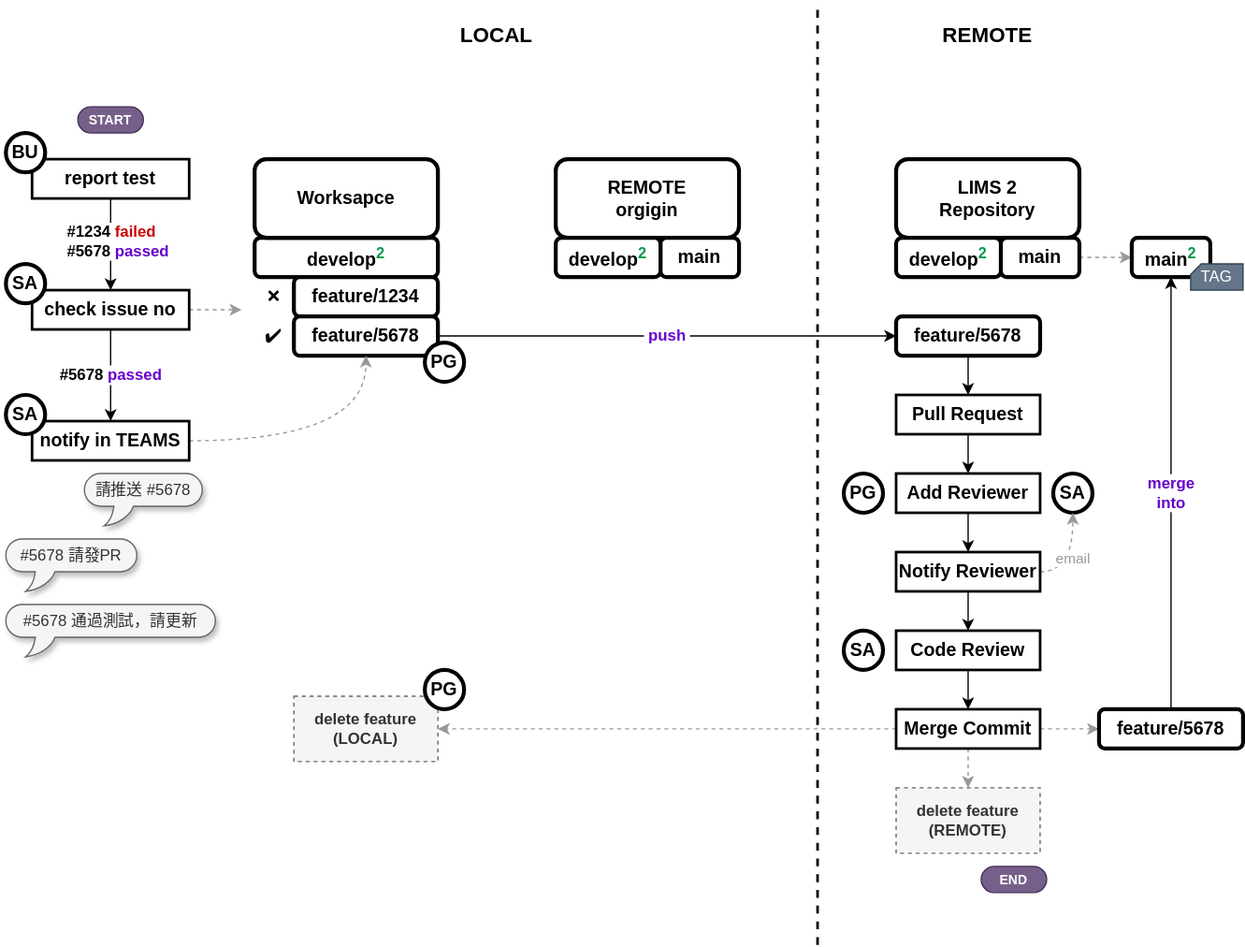
Earlier version of the draw.io export asset/lims-weekly-update-oad.svg (dpi627/SGS.OAD.GitTraining). Source tidied: cells renumbered, new cells last; positions are measured from the earlier drawing's top-left corner, leaving out a move shared by most shapes.
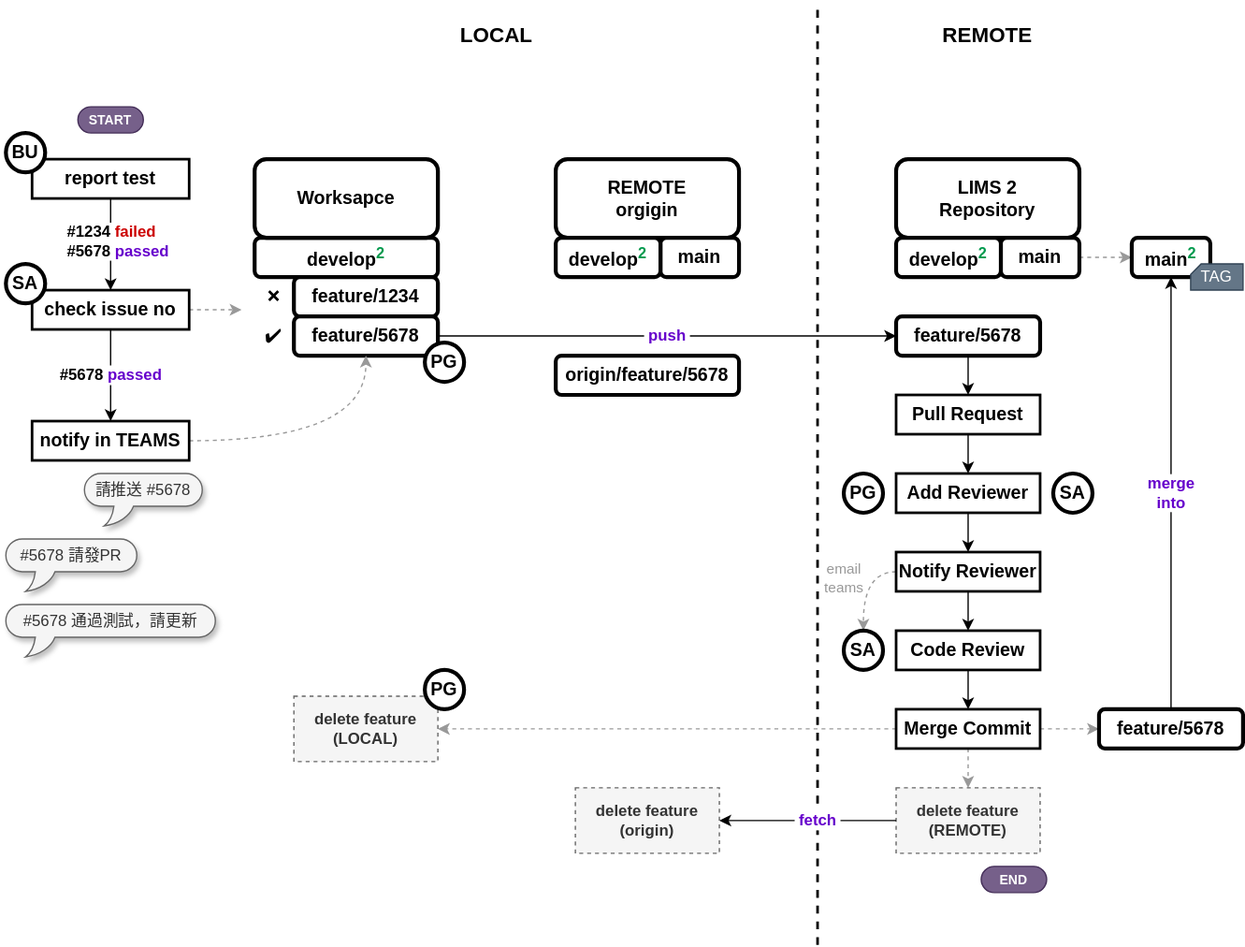
After the change.

Diff of the diagram source:
```diff
@@ -11,7 +11,7 @@
     <mxCell id="3" value="LIMS 2&lt;div style=&quot;font-size: 14px;&quot;&gt;&lt;span style=&quot;background-color: initial; font-size: 14px;&quot;&gt;Repository&lt;/span&gt;&lt;/div&gt;" style="rounded=1;whiteSpace=wrap;html=1;strokeWidth=3;fontSize=14;fontStyle=1;" parent="1" vertex="1">
       <mxGeometry x="680" y="120" width="140" height="60" as="geometry" />
     </mxCell>
-    <mxCell id="4" style="edgeStyle=orthogonalEdgeStyle;rounded=0;jettySize=auto;html=1;exitX=1;exitY=0.5;exitDx=0;exitDy=0;entryX=0;entryY=0.5;entryDx=0;entryDy=0;dashed=1;strokeColor=#999999;" parent="1" edge="1" source="5" target="49">
+    <mxCell id="4" style="edgeStyle=orthogonalEdgeStyle;rounded=0;jettySize=auto;html=1;exitX=1;exitY=0.5;exitDx=0;exitDy=0;entryX=0;entryY=0.5;entryDx=0;entryDy=0;dashed=1;strokeColor=#999999;" parent="1" edge="1" source="5" target="48">
       <mxGeometry relative="1" as="geometry" />
     </mxCell>
     <mxCell id="5" value="main" style="rounded=1;whiteSpace=wrap;html=1;strokeWidth=3;fontSize=14;fontStyle=1;" parent="1" vertex="1">
@@ -67,7 +67,7 @@
     <mxCell id="20" value="❌" style="text;html=1;align=center;verticalAlign=middle;whiteSpace=wrap;rounded=0;" parent="1" vertex="1">
       <mxGeometry x="190" y="210" width="30" height="30" as="geometry" />
     </mxCell>
-    <mxCell id="21" value="&amp;nbsp;push&amp;nbsp;" style="edgeStyle=orthogonalEdgeStyle;rounded=0;jettySize=auto;html=1;exitX=1;exitY=0.5;exitDx=0;exitDy=0;entryX=0;entryY=0.5;entryDx=0;entryDy=0;strokeColor=default;align=center;verticalAlign=middle;fontFamily=Helvetica;fontSize=12;fontColor=#6600CC;fontStyle=1;labelBackgroundColor=default;endArrow=classic;" parent="1" edge="1" source="18" target="36">
+    <mxCell id="21" value="&amp;nbsp;push&amp;nbsp;" style="edgeStyle=orthogonalEdgeStyle;rounded=0;jettySize=auto;html=1;exitX=1;exitY=0.5;exitDx=0;exitDy=0;entryX=0;entryY=0.5;entryDx=0;entryDy=0;strokeColor=default;align=center;verticalAlign=middle;fontFamily=Helvetica;fontSize=12;fontColor=#6600CC;fontStyle=1;labelBackgroundColor=default;endArrow=classic;" parent="1" edge="1" source="18" target="35">
       <mxGeometry relative="1" as="geometry" />
     </mxCell>
     <mxCell id="22" style="edgeStyle=orthogonalEdgeStyle;rounded=0;jettySize=auto;html=1;exitX=1;exitY=0.5;exitDx=0;exitDy=0;curved=1;dashed=1;strokeColor=#999999;align=center;verticalAlign=middle;fontFamily=Helvetica;fontSize=11;fontColor=default;labelBackgroundColor=default;endArrow=classic;" parent="1" edge="1" source="23" target="18">
@@ -99,92 +99,98 @@
     <mxCell id="30" value="SA" style="ellipse;whiteSpace=wrap;html=1;fontStyle=1;strokeWidth=3;fontSize=14;" parent="1" vertex="1">
       <mxGeometry y="200" width="30" height="30" as="geometry" />
     </mxCell>
-    <mxCell id="31" value="SA" style="ellipse;whiteSpace=wrap;html=1;fontStyle=1;strokeWidth=3;fontSize=14;" parent="1" vertex="1">
-      <mxGeometry y="300" width="30" height="30" as="geometry" />
+    <mxCell id="31" value="#5678 請發PR" style="whiteSpace=wrap;html=1;shape=mxgraph.basic.roundRectCallout;dx=30;dy=15;size=22;boundedLbl=1;shadow=1;fillColor=#f5f5f5;fontColor=#333333;strokeColor=#666666;" parent="1" vertex="1">
+      <mxGeometry y="410" width="100" height="40" as="geometry" />
     </mxCell>
-    <mxCell id="32" value="#5678 請發PR" style="whiteSpace=wrap;html=1;shape=mxgraph.basic.roundRectCallout;dx=30;dy=15;size=22;boundedLbl=1;shadow=1;fillColor=#f5f5f5;fontColor=#333333;strokeColor=#666666;" parent="1" vertex="1">
-      <mxGeometry y="410" width="100" height="40" as="geometry" />
+    <mxCell id="32" value="#5678 通過測試，請更新" style="whiteSpace=wrap;html=1;shape=mxgraph.basic.roundRectCallout;dx=30;dy=15;size=22;boundedLbl=1;shadow=1;fillColor=#f5f5f5;fontColor=#333333;strokeColor=#666666;" parent="1" vertex="1">
+      <mxGeometry y="460" width="160" height="40" as="geometry" />
     </mxCell>
-    <mxCell id="33" value="#5678 通過測試，請更新" style="whiteSpace=wrap;html=1;shape=mxgraph.basic.roundRectCallout;dx=30;dy=15;size=22;boundedLbl=1;shadow=1;fillColor=#f5f5f5;fontColor=#333333;strokeColor=#666666;" parent="1" vertex="1">
-      <mxGeometry y="460" width="160" height="40" as="geometry" />
+    <mxCell id="33" value="PG" style="ellipse;whiteSpace=wrap;html=1;fontStyle=1;strokeWidth=3;fontSize=14;" parent="1" vertex="1">
+      <mxGeometry x="320" y="260" width="30" height="30" as="geometry" />
     </mxCell>
-    <mxCell id="34" value="PG" style="ellipse;whiteSpace=wrap;html=1;fontStyle=1;strokeWidth=3;fontSize=14;" parent="1" vertex="1">
-      <mxGeometry x="320" y="260" width="30" height="30" as="geometry" />
+    <mxCell id="34" style="edgeStyle=orthogonalEdgeStyle;rounded=0;jettySize=auto;html=1;exitX=0.5;exitY=1;exitDx=0;exitDy=0;entryX=0.5;entryY=0;entryDx=0;entryDy=0;" parent="1" edge="1" source="35" target="37">
+      <mxGeometry relative="1" as="geometry" />
     </mxCell>
-    <mxCell id="35" style="edgeStyle=orthogonalEdgeStyle;rounded=0;jettySize=auto;html=1;exitX=0.5;exitY=1;exitDx=0;exitDy=0;entryX=0.5;entryY=0;entryDx=0;entryDy=0;" parent="1" edge="1" source="36" target="38">
-      <mxGeometry relative="1" as="geometry" />
+    <mxCell id="35" value="feature/5678" style="rounded=1;whiteSpace=wrap;html=1;strokeWidth=3;fontSize=14;fontStyle=1;" parent="1" vertex="1">
+      <mxGeometry x="680" y="240" width="110" height="30" as="geometry" />
     </mxCell>
-    <mxCell id="36" value="feature/5678" style="rounded=1;whiteSpace=wrap;html=1;strokeWidth=3;fontSize=14;fontStyle=1;" parent="1" vertex="1">
-      <mxGeometry x="680" y="240" width="110" height="30" as="geometry" />
+    <mxCell id="36" style="edgeStyle=orthogonalEdgeStyle;rounded=0;jettySize=auto;html=1;exitX=0.5;exitY=1;exitDx=0;exitDy=0;entryX=0.5;entryY=0;entryDx=0;entryDy=0;" parent="1" edge="1" source="37" target="39">
+      <mxGeometry relative="1" as="geometry" />
     </mxCell>
-    <mxCell id="37" style="edgeStyle=orthogonalEdgeStyle;rounded=0;jettySize=auto;html=1;exitX=0.5;exitY=1;exitDx=0;exitDy=0;entryX=0.5;entryY=0;entryDx=0;entryDy=0;" parent="1" edge="1" source="38" target="40">
-      <mxGeometry relative="1" as="geometry" />
+    <mxCell id="37" value="&lt;div&gt;Pull Request&lt;/div&gt;" style="rounded=0;whiteSpace=wrap;html=1;strokeWidth=2;fontSize=14;fontStyle=1;" parent="1" vertex="1">
+      <mxGeometry x="680" y="300" width="110" height="30" as="geometry" />
     </mxCell>
-    <mxCell id="38" value="&lt;div&gt;Pull Request&lt;/div&gt;" style="rounded=0;whiteSpace=wrap;html=1;strokeWidth=2;fontSize=14;fontStyle=1;" parent="1" vertex="1">
-      <mxGeometry x="680" y="300" width="110" height="30" as="geometry" />
+    <mxCell id="38" style="edgeStyle=orthogonalEdgeStyle;rounded=0;jettySize=auto;html=1;exitX=0.5;exitY=1;exitDx=0;exitDy=0;entryX=0.5;entryY=0;entryDx=0;entryDy=0;" parent="1" edge="1" source="39" target="53">
+      <mxGeometry relative="1" as="geometry" />
     </mxCell>
-    <mxCell id="39" style="edgeStyle=orthogonalEdgeStyle;rounded=0;jettySize=auto;html=1;exitX=0.5;exitY=1;exitDx=0;exitDy=0;entryX=0.5;entryY=0;entryDx=0;entryDy=0;" parent="1" edge="1" source="40" target="54">
-      <mxGeometry relative="1" as="geometry" />
+    <mxCell id="39" value="Add Reviewer" style="rounded=0;whiteSpace=wrap;html=1;strokeWidth=2;fontSize=14;fontStyle=1;" parent="1" vertex="1">
+      <mxGeometry x="680" y="360" width="110" height="30" as="geometry" />
     </mxCell>
-    <mxCell id="40" value="Add Reviewer" style="rounded=0;whiteSpace=wrap;html=1;strokeWidth=2;fontSize=14;fontStyle=1;" parent="1" vertex="1">
-      <mxGeometry x="680" y="360" width="110" height="30" as="geometry" />
+    <mxCell id="40" style="edgeStyle=orthogonalEdgeStyle;rounded=0;jettySize=auto;html=1;exitX=0.5;exitY=1;exitDx=0;exitDy=0;entryX=0.5;entryY=0;entryDx=0;entryDy=0;" parent="1" edge="1" source="41" target="45">
+      <mxGeometry relative="1" as="geometry" />
     </mxCell>
-    <mxCell id="41" style="edgeStyle=orthogonalEdgeStyle;rounded=0;jettySize=auto;html=1;exitX=0.5;exitY=1;exitDx=0;exitDy=0;entryX=0.5;entryY=0;entryDx=0;entryDy=0;" parent="1" edge="1" source="42" target="46">
-      <mxGeometry relative="1" as="geometry" />
+    <mxCell id="41" value="Code Review" style="rounded=0;whiteSpace=wrap;html=1;strokeWidth=2;fontSize=14;fontStyle=1;" parent="1" vertex="1">
+      <mxGeometry x="680" y="480" width="110" height="30" as="geometry" />
     </mxCell>
-    <mxCell id="42" value="Code Review" style="rounded=0;whiteSpace=wrap;html=1;strokeWidth=2;fontSize=14;fontStyle=1;" parent="1" vertex="1">
-      <mxGeometry x="680" y="480" width="110" height="30" as="geometry" />
+    <mxCell id="42" style="edgeStyle=orthogonalEdgeStyle;rounded=0;jettySize=auto;html=1;exitX=1;exitY=0.5;exitDx=0;exitDy=0;entryX=0;entryY=0.5;entryDx=0;entryDy=0;dashed=1;strokeColor=#999999;" parent="1" edge="1" source="45" target="47">
+      <mxGeometry relative="1" as="geometry" />
     </mxCell>
-    <mxCell id="43" style="edgeStyle=orthogonalEdgeStyle;rounded=0;jettySize=auto;html=1;exitX=1;exitY=0.5;exitDx=0;exitDy=0;entryX=0;entryY=0.5;entryDx=0;entryDy=0;dashed=1;strokeColor=#999999;" parent="1" edge="1" source="46" target="48">
+    <mxCell id="43" style="edgeStyle=orthogonalEdgeStyle;rounded=0;jettySize=auto;html=1;exitX=0;exitY=0.5;exitDx=0;exitDy=0;entryX=1;entryY=0.5;entryDx=0;entryDy=0;dashed=1;strokeColor=#999999;" parent="1" edge="1" source="45" target="56">
       <mxGeometry relative="1" as="geometry" />
     </mxCell>
-    <mxCell id="44" style="edgeStyle=orthogonalEdgeStyle;rounded=0;jettySize=auto;html=1;exitX=0;exitY=0.5;exitDx=0;exitDy=0;entryX=1;entryY=0.5;entryDx=0;entryDy=0;dashed=1;strokeColor=#999999;" parent="1" edge="1" source="46" target="57">
+    <mxCell id="44" style="edgeStyle=orthogonalEdgeStyle;rounded=0;jettySize=auto;html=1;exitX=0.5;exitY=1;exitDx=0;exitDy=0;entryX=0.5;entryY=0;entryDx=0;entryDy=0;dashed=1;strokeColor=#999999;align=center;verticalAlign=middle;fontFamily=Helvetica;fontSize=11;fontColor=default;labelBackgroundColor=default;endArrow=classic;" parent="1" edge="1" source="45" target="55">
       <mxGeometry relative="1" as="geometry" />
     </mxCell>
-    <mxCell id="45" style="edgeStyle=orthogonalEdgeStyle;rounded=0;jettySize=auto;html=1;exitX=0.5;exitY=1;exitDx=0;exitDy=0;entryX=0.5;entryY=0;entryDx=0;entryDy=0;dashed=1;strokeColor=#999999;align=center;verticalAlign=middle;fontFamily=Helvetica;fontSize=11;fontColor=default;labelBackgroundColor=default;endArrow=classic;" parent="1" edge="1" source="46" target="56">
-      <mxGeometry relative="1" as="geometry" />
+    <mxCell id="45" value="Merge Commit" style="rounded=0;whiteSpace=wrap;html=1;strokeWidth=2;fontSize=14;fontStyle=1;" parent="1" vertex="1">
+      <mxGeometry x="680" y="540" width="110" height="30" as="geometry" />
     </mxCell>
-    <mxCell id="46" value="Merge Commit" style="rounded=0;whiteSpace=wrap;html=1;strokeWidth=2;fontSize=14;fontStyle=1;" parent="1" vertex="1">
-      <mxGeometry x="680" y="540" width="110" height="30" as="geometry" />
+    <mxCell id="46" value="merge&lt;div style=&quot;font-size: 12px;&quot;&gt;into&lt;/div&gt;" style="edgeStyle=orthogonalEdgeStyle;rounded=0;jettySize=auto;html=1;exitX=0.5;exitY=0;exitDx=0;exitDy=0;entryX=0.5;entryY=1;entryDx=0;entryDy=0;fontSize=12;fontColor=#6600CC;fontStyle=1;" parent="1" edge="1" source="47" target="48">
+      <mxGeometry relative="1" as="geometry" />
     </mxCell>
-    <mxCell id="47" value="merge&lt;div style=&quot;font-size: 12px;&quot;&gt;into&lt;/div&gt;" style="edgeStyle=orthogonalEdgeStyle;rounded=0;jettySize=auto;html=1;exitX=0.5;exitY=0;exitDx=0;exitDy=0;entryX=0.5;entryY=1;entryDx=0;entryDy=0;fontSize=12;fontColor=#6600CC;fontStyle=1;" parent="1" edge="1" source="48" target="49">
-      <mxGeometry relative="1" as="geometry" />
+    <mxCell id="47" value="feature/5678" style="rounded=1;whiteSpace=wrap;html=1;strokeWidth=3;fontSize=14;fontStyle=1;" parent="1" vertex="1">
+      <mxGeometry x="835" y="540" width="110" height="30" as="geometry" />
     </mxCell>
-    <mxCell id="48" value="feature/5678" style="rounded=1;whiteSpace=wrap;html=1;strokeWidth=3;fontSize=14;fontStyle=1;" parent="1" vertex="1">
-      <mxGeometry x="835" y="540" width="110" height="30" as="geometry" />
+    <mxCell id="48" value="main&lt;sup&gt;&lt;font color=&quot;#00994d&quot;&gt;2&lt;/font&gt;&lt;/sup&gt;" style="rounded=1;whiteSpace=wrap;html=1;strokeWidth=3;fontSize=14;fontStyle=1;" parent="1" vertex="1">
+      <mxGeometry x="860" y="180" width="60" height="30" as="geometry" />
     </mxCell>
-    <mxCell id="49" value="main&lt;sup&gt;&lt;font color=&quot;#00994d&quot;&gt;2&lt;/font&gt;&lt;/sup&gt;" style="rounded=1;whiteSpace=wrap;html=1;strokeWidth=3;fontSize=14;fontStyle=1;" parent="1" vertex="1">
-      <mxGeometry x="860" y="180" width="60" height="30" as="geometry" />
+    <mxCell id="49" value="PG" style="ellipse;whiteSpace=wrap;html=1;fontStyle=1;strokeWidth=3;fontSize=14;" parent="1" vertex="1">
+      <mxGeometry x="640" y="360" width="30" height="30" as="geometry" />
     </mxCell>
-    <mxCell id="50" value="PG" style="ellipse;whiteSpace=wrap;html=1;fontStyle=1;strokeWidth=3;fontSize=14;" parent="1" vertex="1">
-      <mxGeometry x="640" y="360" width="30" height="30" as="geometry" />
+    <mxCell id="50" value="SA" style="ellipse;whiteSpace=wrap;html=1;fontStyle=1;strokeWidth=3;fontSize=14;" parent="1" vertex="1">
+      <mxGeometry x="800" y="360" width="30" height="30" as="geometry" />
     </mxCell>
-    <mxCell id="51" value="SA" style="ellipse;whiteSpace=wrap;html=1;fontStyle=1;strokeWidth=3;fontSize=14;" parent="1" vertex="1">
-      <mxGeometry x="800" y="360" width="30" height="30" as="geometry" />
+    <mxCell id="51" style="edgeStyle=orthogonalEdgeStyle;rounded=0;jettySize=auto;html=1;exitX=0.5;exitY=1;exitDx=0;exitDy=0;entryX=0.5;entryY=0;entryDx=0;entryDy=0;" parent="1" edge="1" source="53" target="41">
+      <mxGeometry relative="1" as="geometry" />
     </mxCell>
-    <mxCell id="52" style="edgeStyle=orthogonalEdgeStyle;rounded=0;jettySize=auto;html=1;exitX=0.5;exitY=1;exitDx=0;exitDy=0;entryX=0.5;entryY=0;entryDx=0;entryDy=0;" parent="1" edge="1" source="54" target="42">
-      <mxGeometry relative="1" as="geometry" />
+    <mxCell id="52" value="email&lt;div&gt;teams&lt;/div&gt;" style="edgeStyle=orthogonalEdgeStyle;rounded=0;jettySize=auto;html=1;exitX=0;exitY=0.5;exitDx=0;exitDy=0;entryX=0.5;entryY=0;entryDx=0;entryDy=0;dashed=1;curved=1;strokeColor=#999999;fontColor=#999999;" parent="1" edge="1" source="53" target="54">
+      <mxGeometry x="-0.14" y="-15" relative="1" as="geometry" />
     </mxCell>
-    <mxCell id="53" value="email" style="edgeStyle=orthogonalEdgeStyle;rounded=0;jettySize=auto;html=1;exitX=1;exitY=0.5;exitDx=0;exitDy=0;entryX=0.5;entryY=1;entryDx=0;entryDy=0;dashed=1;curved=1;strokeColor=#999999;fontColor=#999999;" parent="1" edge="1" source="54" target="51">
-      <mxGeometry relative="1" as="geometry" />
+    <mxCell id="53" value="Notify Reviewer" style="rounded=0;whiteSpace=wrap;html=1;strokeWidth=2;fontSize=14;fontStyle=1;" parent="1" vertex="1">
+      <mxGeometry x="680" y="420" width="110" height="30" as="geometry" />
     </mxCell>
-    <mxCell id="54" value="Notify Reviewer" style="rounded=0;whiteSpace=wrap;html=1;strokeWidth=2;fontSize=14;fontStyle=1;" parent="1" vertex="1">
-      <mxGeometry x="680" y="420" width="110" height="30" as="geometry" />
+    <mxCell id="54" value="SA" style="ellipse;whiteSpace=wrap;html=1;fontStyle=1;strokeWidth=3;fontSize=14;" parent="1" vertex="1">
+      <mxGeometry x="640" y="480" width="30" height="30" as="geometry" />
     </mxCell>
-    <mxCell id="55" value="SA" style="ellipse;whiteSpace=wrap;html=1;fontStyle=1;strokeWidth=3;fontSize=14;" parent="1" vertex="1">
-      <mxGeometry x="640" y="480" width="30" height="30" as="geometry" />
+    <mxCell id="55" value="delete feature&lt;div&gt;(REMOTE)&lt;/div&gt;" style="text;html=1;align=center;verticalAlign=middle;whiteSpace=wrap;rounded=0;strokeColor=#666666;dashed=1;fillColor=#f5f5f5;fontColor=#333333;fontStyle=1;" parent="1" vertex="1">
+      <mxGeometry x="680" y="600" width="110" height="50" as="geometry" />
     </mxCell>
-    <mxCell id="56" value="delete feature&lt;div&gt;(REMOTE)&lt;/div&gt;" style="text;html=1;align=center;verticalAlign=middle;whiteSpace=wrap;rounded=0;strokeColor=#666666;dashed=1;fillColor=#f5f5f5;fontColor=#333333;fontStyle=1;" parent="1" vertex="1">
-      <mxGeometry x="680" y="600" width="110" height="50" as="geometry" />
+    <mxCell id="56" value="delete feature&lt;div&gt;(LOCAL)&lt;/div&gt;" style="text;html=1;align=center;verticalAlign=middle;whiteSpace=wrap;rounded=0;strokeColor=#666666;dashed=1;fillColor=#f5f5f5;fontColor=#333333;fontStyle=1;" parent="1" vertex="1">
+      <mxGeometry x="220" y="530" width="110" height="50" as="geometry" />
     </mxCell>
-    <mxCell id="57" value="delete feature&lt;div&gt;(LOCAL)&lt;/div&gt;" style="text;html=1;align=center;verticalAlign=middle;whiteSpace=wrap;rounded=0;strokeColor=#666666;dashed=1;fillColor=#f5f5f5;fontColor=#333333;fontStyle=1;" parent="1" vertex="1">
-      <mxGeometry x="220" y="530" width="110" height="50" as="geometry" />
+    <mxCell id="57" value="PG" style="ellipse;whiteSpace=wrap;html=1;fontStyle=1;strokeWidth=3;fontSize=14;" parent="1" vertex="1">
+      <mxGeometry x="320" y="510" width="30" height="30" as="geometry" />
     </mxCell>
-    <mxCell id="58" value="PG" style="ellipse;whiteSpace=wrap;html=1;fontStyle=1;strokeWidth=3;fontSize=14;" parent="1" vertex="1">
-      <mxGeometry x="320" y="510" width="30" height="30" as="geometry" />
+    <mxCell id="58" value="TAG" style="shape=card;whiteSpace=wrap;html=1;size=8;fillColor=#647687;fontColor=#ffffff;strokeColor=#314354;" parent="1" vertex="1">
+      <mxGeometry x="905" y="200" width="40" height="20" as="geometry" />
     </mxCell>
-    <mxCell id="59" value="TAG" style="shape=card;whiteSpace=wrap;html=1;size=8;fillColor=#647687;fontColor=#ffffff;strokeColor=#314354;" parent="1" vertex="1">
-      <mxGeometry x="905" y="200" width="40" height="20" as="geometry" />
+    <mxCell id="59" value="origin/feature/5678" style="rounded=1;whiteSpace=wrap;html=1;strokeWidth=3;fontSize=14;fontStyle=1;" parent="1" vertex="1">
+      <mxGeometry x="420" y="270" width="140" height="30" as="geometry" />
     </mxCell>
+    <mxCell id="60" value="delete feature&lt;div&gt;(origin)&lt;/div&gt;" style="text;html=1;align=center;verticalAlign=middle;whiteSpace=wrap;rounded=0;strokeColor=#666666;dashed=1;fillColor=#f5f5f5;fontColor=#333333;fontStyle=1;" parent="1" vertex="1">
+      <mxGeometry x="435" y="600" width="110" height="50" as="geometry" />
+    </mxCell>
+    <mxCell id="61" value="&amp;nbsp;fetch&amp;nbsp;" style="edgeStyle=orthogonalEdgeStyle;rounded=0;jettySize=auto;html=1;exitX=0;exitY=0.5;exitDx=0;exitDy=0;fontSize=12;fontStyle=1;entryX=1;entryY=0.5;entryDx=0;entryDy=0;fontColor=#6600CC;" parent="1" edge="1" source="55" target="60">
+      <mxGeometry x="-0.11" relative="1" as="geometry" />
+    </mxCell>
   </root>
 </mxGraphModel>
```
